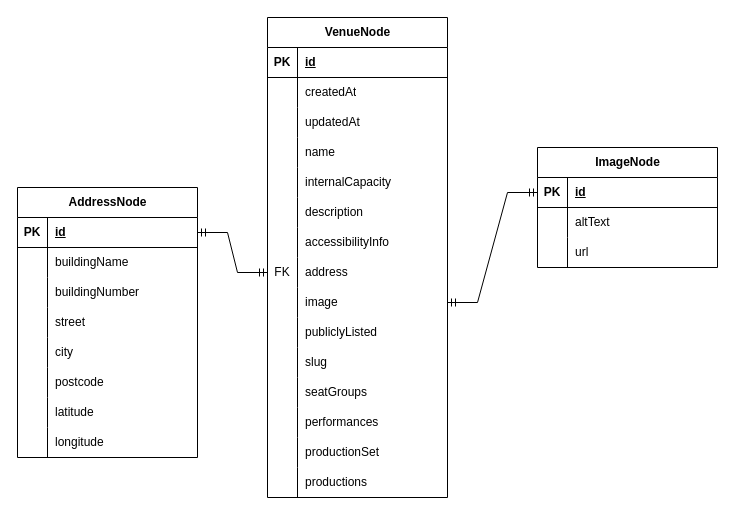
Earlier version of the draw.io diagram SchemaDiagram RevA.drawio (Tolly2/uobtheatre-maintenance-SCHEMA_WIP). Source tidied: cells renumbered, new cells numbered last; positions are measured from the earlier drawing's top-left corner, leaving out a move shared by most shapes. Both pictures are drawn from the tidied source at 100%, with x=0, y=0 at pixel (17, 17).
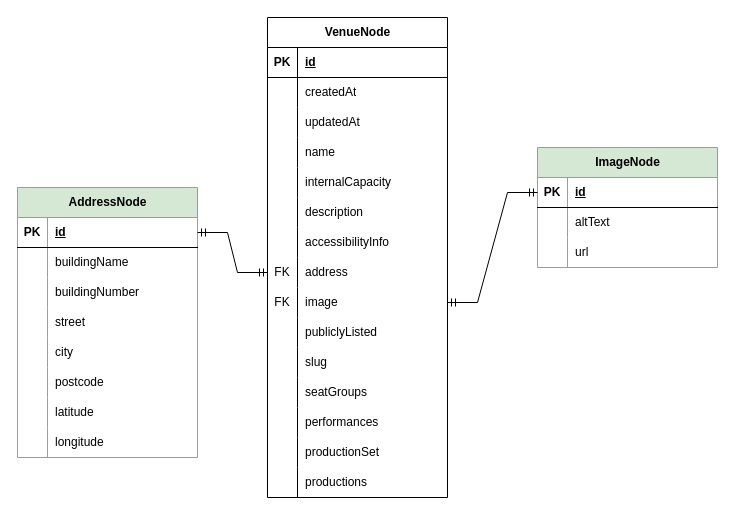
The same page after the edit.

The change refers to these unchanged cells:
```xml
<mxCell id="52" style="shape=tableRow;horizontal=0;startSize=0;swimlaneHead=0;swimlaneBody=0;fillColor=none;points=[[0,0.5],[1,0.5]];portConstraint=eastwest;top=0;left=0;right=0;bottom=0;" parent="27" vertex="1">
  <mxGeometry y="270" width="180" height="30" as="geometry" />
</mxCell>
```

What changed in the source:
```diff
@@
-    <mxCell id="2" value="&lt;div&gt;AddressNode&lt;/div&gt;" style="shape=table;startSize=30;childLayout=tableLayout;rowLines=0;fontStyle=1;align=center;html=1;" parent="1" vertex="1">
+    <mxCell id="2" value="&lt;div&gt;AddressNode&lt;/div&gt;" style="shape=table;startSize=30;childLayout=tableLayout;rowLines=0;fontStyle=1;align=center;html=1;fillColor=#d5e8d4;strokeColor=#82b366;" parent="1" vertex="1">
       <mxGeometry y="170" width="180" height="270" as="geometry" />
     </mxCell>
@@
-    <mxCell id="53" style="shape=partialRectangle;fillColor=none;top=0;left=0;bottom=0;right=0;overflow=hidden;whiteSpace=wrap;html=1;" parent="52" vertex="1">
+    <mxCell id="53" value="FK" style="shape=partialRectangle;fillColor=none;top=0;left=0;bottom=0;right=0;overflow=hidden;whiteSpace=wrap;html=1;" parent="52" vertex="1">
       <mxGeometry width="30" height="30" as="geometry" />
     </mxCell>
@@
-    <mxCell id="74" value="ImageNode" style="shape=table;startSize=30;childLayout=tableLayout;rowLines=0;fontStyle=1;align=center;html=1;" parent="1" vertex="1">
+    <mxCell id="74" value="ImageNode" style="shape=table;startSize=30;childLayout=tableLayout;rowLines=0;fontStyle=1;align=center;html=1;fillColor=#d5e8d4;strokeColor=#82b366;" parent="1" vertex="1">
       <mxGeometry x="520" y="130" width="180" height="120" as="geometry" />
     </mxCell>
```
